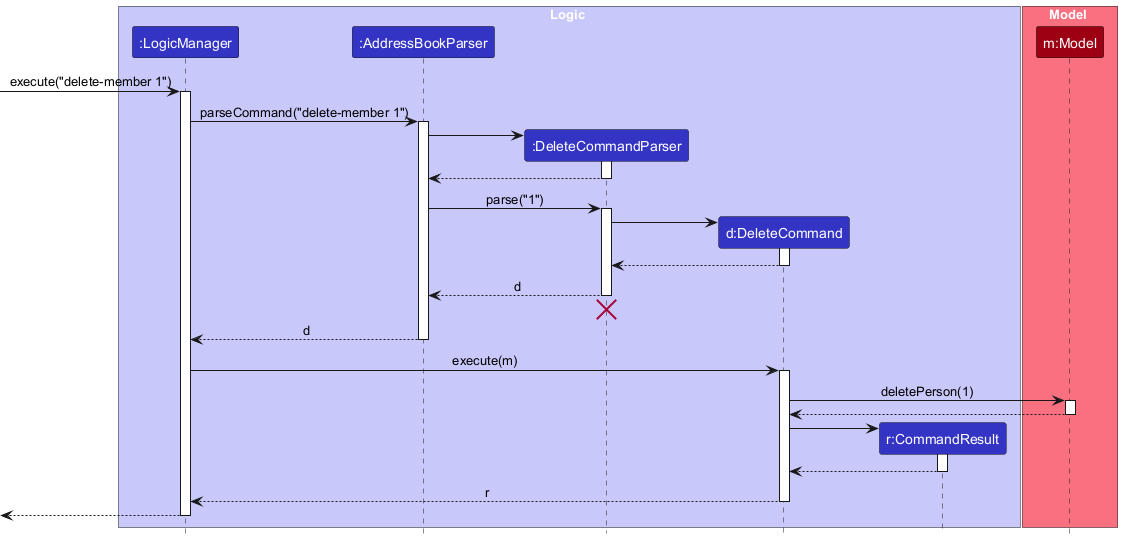
Above: docs/images/DeleteSequenceDiagram.png in AY2627S1-CS2103T-F12-3/tp (PlantUML), before the change. Its diagram source:
```plantuml
@startuml
!include style.puml
skinparam ArrowFontStyle plain

box Logic LOGIC_COLOR_T1
participant ":LogicManager" as LogicManager LOGIC_COLOR
participant ":AddressBookParser" as AddressBookParser LOGIC_COLOR
participant ":DeleteCommandParser" as DeleteCommandParser LOGIC_COLOR
participant "d:DeleteCommand" as DeleteCommand LOGIC_COLOR
participant "r:CommandResult" as CommandResult LOGIC_COLOR
end box

box Model MODEL_COLOR_T1
participant "m:Model" as Model MODEL_COLOR
end box

[-> LogicManager : execute("delete-member 1")
activate LogicManager

LogicManager -> AddressBookParser : parseCommand("delete-member 1")
activate AddressBookParser

create DeleteCommandParser
AddressBookParser -> DeleteCommandParser
activate DeleteCommandParser

DeleteCommandParser --> AddressBookParser
deactivate DeleteCommandParser

AddressBookParser -> DeleteCommandParser : parse("1")
activate DeleteCommandParser

create DeleteCommand
DeleteCommandParser -> DeleteCommand
activate DeleteCommand

DeleteCommand --> DeleteCommandParser :
deactivate DeleteCommand

DeleteCommandParser --> AddressBookParser : d
deactivate DeleteCommandParser
DeleteCommandParser -[hidden]-> AddressBookParser
destroy DeleteCommandParser

AddressBookParser --> LogicManager : d
deactivate AddressBookParser

LogicManager -> DeleteCommand : execute(m)
activate DeleteCommand

DeleteCommand -> Model : deletePerson(1)
activate Model

Model --> DeleteCommand
deactivate Model

create CommandResult
DeleteCommand -> CommandResult
activate CommandResult

CommandResult --> DeleteCommand
deactivate CommandResult

DeleteCommand --> LogicManager : r
deactivate DeleteCommand

[<--LogicManager
deactivate LogicManager
@enduml
```
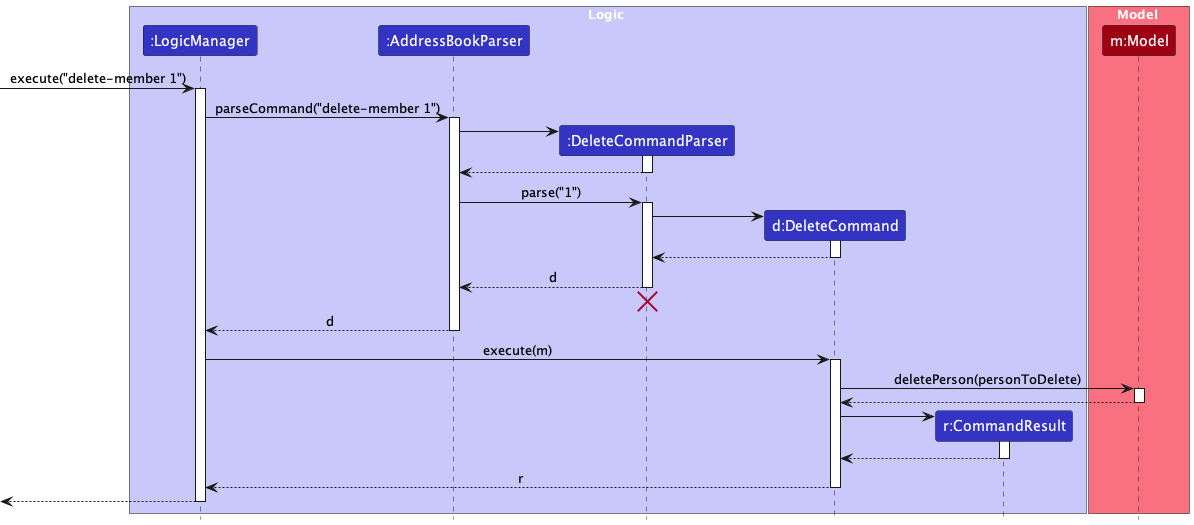
Above is the later version.

What changed in the source:
```diff
@@ -48,7 +48,7 @@
 LogicManager -> DeleteCommand : execute(m)
 activate DeleteCommand
 
-DeleteCommand -> Model : deletePerson(1)
+DeleteCommand -> Model : deletePerson(personToDelete)
 activate Model
 
 Model --> DeleteCommand
```
